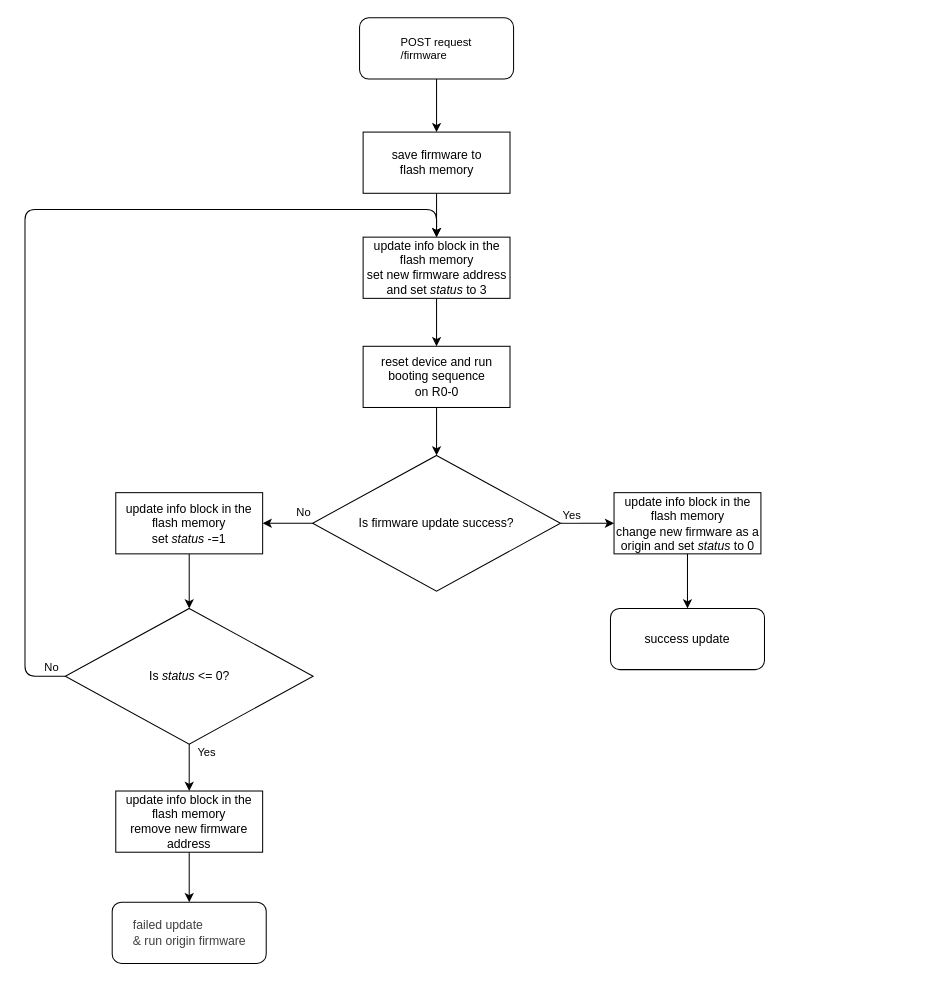
Before: schematic/05-sw-flow-fimware-update.drawio in petrkucerak/diplom-thesis, a draw.io diagram. Source tidied: cells renumbered, new cells numbered last; positions are measured from the earlier drawing's top-left corner, leaving out a move shared by most shapes. Both pictures are drawn from the tidied source at 102%, with x=0, y=0 at pixel (24, 17).
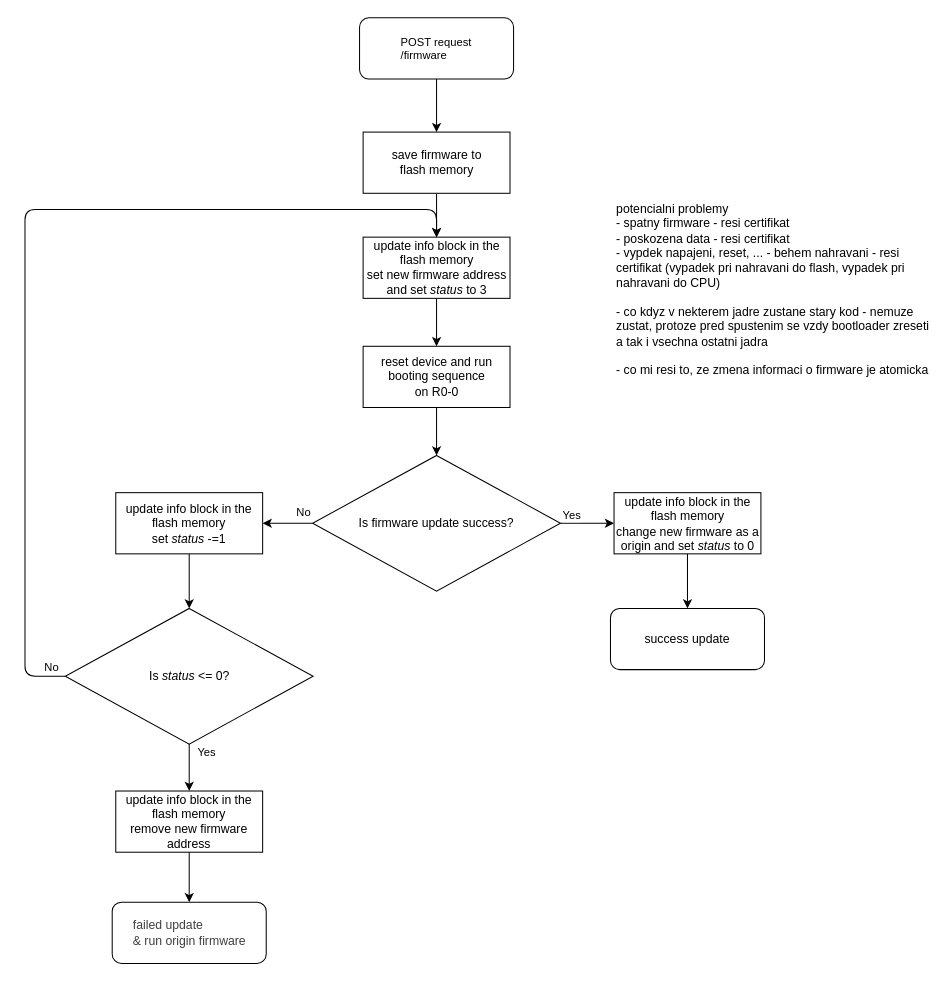
Above is the later version.

What changed in the source:
```diff
@@
+    <mxCell id="28" value="potencialni problemy&lt;br&gt;- spatny firmware - resi certifikat&lt;br&gt;- poskozena data - resi certifikat&lt;br&gt;- vypdek napajeni, reset, ... - behem nahravani - resi certifikat (vypadek pri nahravani do flash, vypadek pri nahravani do CPU)&lt;div&gt;&lt;font color=&quot;#000000&quot;&gt;&lt;br&gt;&lt;/font&gt;&lt;/div&gt;&lt;div&gt;&lt;font color=&quot;#000000&quot;&gt;- co kdyz v nekterem jadre zustane stary kod - nemuze zustat, protoze pred spustenim se vzdy bootloader zreseti a tak i vsechna ostatni jadra&lt;br&gt;&lt;/font&gt;&lt;div&gt;&lt;br&gt;- co mi resi to, ze zmena informaci o firmware je atomicka&lt;/div&gt;&lt;/div&gt;" style="text;html=1;align=left;verticalAlign=top;whiteSpace=wrap;rounded=0;" parent="1" vertex="1">
+      <mxGeometry x="577.5" y="174" width="314" height="103" as="geometry" />
+    </mxCell>
```
